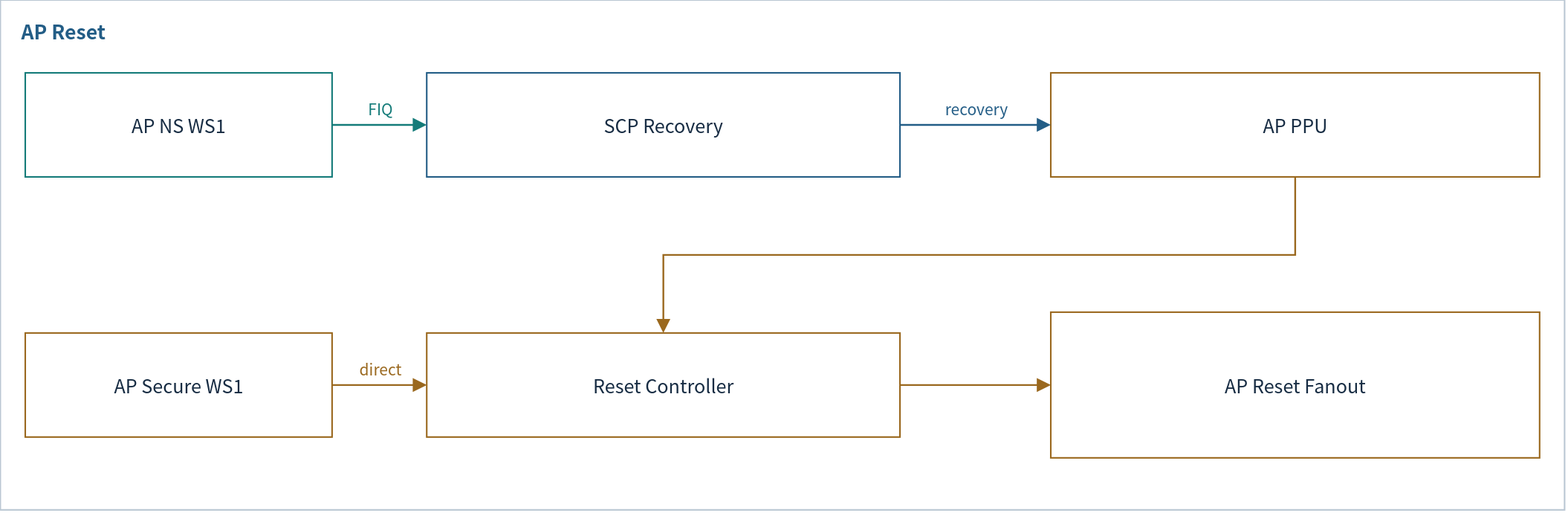
Before: doc/phase1/watchdog/diagrams/06-reset-scope.drawio.svg, a diagram exported from draw.io (cometzero/project-apollo). Source tidied: cells renumbered, new cells last; positions are measured from the earlier drawing's top-left corner, leaving out a move shared by most shapes.
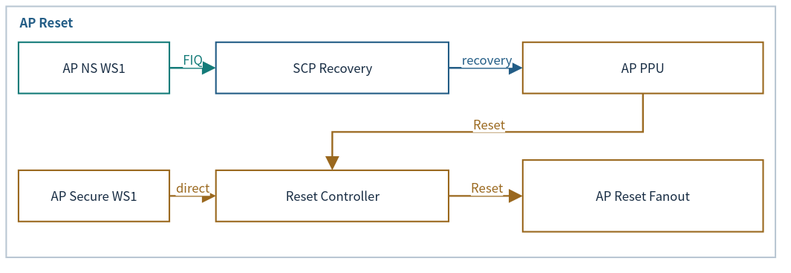
The same diagram one commit later.

The edit, as a diff of the source:
```diff
@@ -2,53 +2,53 @@
   <root>
     <mxCell id="0" />
     <mxCell id="1" parent="0" />
-    <mxCell id="2" style="rounded=0;whiteSpace=wrap;html=1;fillColor=#FFFFFF;strokeWidth=1.5;fontFamily=Noto Sans CJK KR;fontSize=18;spacing=12;fontColor=#172C43;strokeColor=#BAC7D3;" parent="1" vertex="1">
-      <mxGeometry width="1504" height="490" as="geometry" />
+    <mxCell id="2" style="rounded=0;whiteSpace=wrap;html=1;fillColor=#FFFFFF;strokeWidth=1.5;fontFamily=Noto Sans CJK KR;fontColor=#172C43;strokeColor=#BAC7D3;fontSize=12;spacing=3;whiteSpace=wrap;" parent="1" vertex="1">
+      <mxGeometry x="-36" y="-198" width="740" height="241.1" as="geometry" />
     </mxCell>
-    <mxCell id="3" value="AP Reset" style="rounded=0;whiteSpace=wrap;html=1;fillColor=#FFFFFF;strokeWidth=1.5;fontFamily=Noto Sans CJK KR;fontSize=18;spacing=12;fontColor=#172C43;strokeColor=none;fillColor=none;spacing=0;align=left;verticalAlign=middle;fontSize=19;fontColor=#235D86;fontStyle=1;" parent="1" vertex="1">
-      <mxGeometry x="20" y="14" width="1464" height="32" as="geometry" />
+    <mxCell id="3" value="AP Reset" style="rounded=0;whiteSpace=wrap;html=1;fillColor=#FFFFFF;strokeWidth=1.5;fontFamily=Noto Sans CJK KR;fontColor=#172C43;strokeColor=none;fillColor=none;align=left;verticalAlign=middle;fontColor=#235D86;fontStyle=1;fontSize=12;spacing=3;whiteSpace=wrap;" parent="1" vertex="1">
+      <mxGeometry x="-26.2" y="-191.1" width="720.3" height="15.7" as="geometry" />
     </mxCell>
-    <mxCell id="4" value="AP NS WS1" style="rounded=0;whiteSpace=wrap;html=1;fillColor=#FFFFFF;strokeWidth=1.5;fontFamily=Noto Sans CJK KR;fontSize=18;spacing=12;fontColor=#172C43;strokeColor=#147B79;" parent="1" vertex="1">
-      <mxGeometry x="24" y="70" width="295" height="100" as="geometry" />
+    <mxCell id="4" value="AP NS WS1" style="rounded=0;whiteSpace=wrap;html=1;fillColor=#FFFFFF;strokeWidth=1.5;fontFamily=Noto Sans CJK KR;fontColor=#172C43;strokeColor=#147B79;fontSize=12;spacing=3;whiteSpace=wrap;" parent="1" vertex="1">
+      <mxGeometry x="-24.2" y="-163.6" width="145.2" height="49.2" as="geometry" />
     </mxCell>
-    <mxCell id="5" value="SCP Recovery" style="rounded=0;whiteSpace=wrap;html=1;fillColor=#FFFFFF;strokeWidth=1.5;fontFamily=Noto Sans CJK KR;fontSize=18;spacing=12;fontColor=#172C43;strokeColor=#235D86;" parent="1" vertex="1">
-      <mxGeometry x="410" y="70" width="455" height="100" as="geometry" />
+    <mxCell id="5" value="SCP Recovery" style="rounded=0;whiteSpace=wrap;html=1;fillColor=#FFFFFF;strokeWidth=1.5;fontFamily=Noto Sans CJK KR;fontColor=#172C43;strokeColor=#235D86;fontSize=12;spacing=3;whiteSpace=wrap;" parent="1" vertex="1">
+      <mxGeometry x="165.7" y="-163.6" width="223.9" height="49.2" as="geometry" />
     </mxCell>
-    <mxCell id="6" value="AP PPU" style="rounded=0;whiteSpace=wrap;html=1;fillColor=#FFFFFF;strokeWidth=1.5;fontFamily=Noto Sans CJK KR;fontSize=18;spacing=12;fontColor=#172C43;strokeColor=#9A681E;" parent="1" vertex="1">
-      <mxGeometry x="1010" y="70" width="470" height="100" as="geometry" />
+    <mxCell id="6" value="AP PPU" style="rounded=0;whiteSpace=wrap;html=1;fillColor=#FFFFFF;strokeWidth=1.5;fontFamily=Noto Sans CJK KR;fontColor=#172C43;strokeColor=#9A681E;fontSize=12;spacing=3;whiteSpace=wrap;" parent="1" vertex="1">
+      <mxGeometry x="460.9" y="-163.6" width="231.2" height="49.2" as="geometry" />
     </mxCell>
-    <mxCell id="7" value="FIQ" style="html=1;whiteSpace=nowrap;edgeStyle=orthogonalEdgeStyle;rounded=0;endArrow=block;endSize=9;strokeWidth=1.7;strokeColor=#147B79;fontColor=#147B79;fontFamily=Noto Sans CJK KR;fontSize=15;labelBackgroundColor=#FFFFFF;" parent="1" edge="1" source="4" target="5">
+    <mxCell id="7" value="FIQ" style="html=1;edgeStyle=orthogonalEdgeStyle;rounded=0;endArrow=block;endSize=9;strokeWidth=1.7;strokeColor=#147B79;fontColor=#147B79;fontFamily=Noto Sans CJK KR;labelBackgroundColor=#FFFFFF;fontSize=12;spacing=3;whiteSpace=nowrap;" parent="1" edge="1" source="4" target="5">
       <mxGeometry relative="1" as="geometry">
-        <mxPoint y="-16" as="offset" />
+        <mxPoint y="-7.9" as="offset" />
       </mxGeometry>
     </mxCell>
-    <mxCell id="8" value="recovery" style="html=1;whiteSpace=nowrap;edgeStyle=orthogonalEdgeStyle;rounded=0;endArrow=block;endSize=9;strokeWidth=1.7;strokeColor=#235D86;fontColor=#235D86;fontFamily=Noto Sans CJK KR;fontSize=15;labelBackgroundColor=#FFFFFF;" parent="1" edge="1" source="5" target="6">
+    <mxCell id="8" value="recovery" style="html=1;edgeStyle=orthogonalEdgeStyle;rounded=0;endArrow=block;endSize=9;strokeWidth=1.7;strokeColor=#235D86;fontColor=#235D86;fontFamily=Noto Sans CJK KR;labelBackgroundColor=#FFFFFF;fontSize=12;spacing=3;whiteSpace=nowrap;" parent="1" edge="1" source="5" target="6">
       <mxGeometry relative="1" as="geometry">
-        <mxPoint y="-16" as="offset" />
+        <mxPoint y="-7.9" as="offset" />
       </mxGeometry>
     </mxCell>
-    <mxCell id="9" value="AP Secure WS1" style="rounded=0;whiteSpace=wrap;html=1;fillColor=#FFFFFF;strokeWidth=1.5;fontFamily=Noto Sans CJK KR;fontSize=18;spacing=12;fontColor=#172C43;strokeColor=#9A681E;" parent="1" vertex="1">
-      <mxGeometry x="24" y="320" width="295" height="100" as="geometry" />
+    <mxCell id="9" value="AP Secure WS1" style="rounded=0;whiteSpace=wrap;html=1;fillColor=#FFFFFF;strokeWidth=1.5;fontFamily=Noto Sans CJK KR;fontColor=#172C43;strokeColor=#9A681E;fontSize=12;spacing=3;whiteSpace=wrap;" parent="1" vertex="1">
+      <mxGeometry x="-24.2" y="-40.6" width="145.2" height="49.2" as="geometry" />
     </mxCell>
-    <mxCell id="10" value="Reset Controller" style="rounded=0;whiteSpace=wrap;html=1;fillColor=#FFFFFF;strokeWidth=1.5;fontFamily=Noto Sans CJK KR;fontSize=18;spacing=12;fontColor=#172C43;strokeColor=#9A681E;" parent="1" vertex="1">
-      <mxGeometry x="410" y="320" width="455" height="100" as="geometry" />
+    <mxCell id="10" value="Reset Controller" style="rounded=0;whiteSpace=wrap;html=1;fillColor=#FFFFFF;strokeWidth=1.5;fontFamily=Noto Sans CJK KR;fontColor=#172C43;strokeColor=#9A681E;fontSize=12;spacing=3;whiteSpace=wrap;" parent="1" vertex="1">
+      <mxGeometry x="165.7" y="-40.6" width="223.9" height="49.2" as="geometry" />
     </mxCell>
-    <mxCell id="11" value="AP Reset Fanout" style="rounded=0;whiteSpace=wrap;html=1;fillColor=#FFFFFF;strokeWidth=1.5;fontFamily=Noto Sans CJK KR;fontSize=18;spacing=12;fontColor=#172C43;strokeColor=#9A681E;" parent="1" vertex="1">
-      <mxGeometry x="1010" y="300" width="470" height="140" as="geometry" />
+    <mxCell id="11" value="AP Reset Fanout" style="rounded=0;whiteSpace=wrap;html=1;fillColor=#FFFFFF;strokeWidth=1.5;fontFamily=Noto Sans CJK KR;fontColor=#172C43;strokeColor=#9A681E;fontSize=12;spacing=3;whiteSpace=wrap;" parent="1" vertex="1">
+      <mxGeometry x="460.9" y="-50.4" width="231.2" height="68.9" as="geometry" />
     </mxCell>
-    <mxCell id="12" value="direct" style="html=1;whiteSpace=nowrap;edgeStyle=orthogonalEdgeStyle;rounded=0;endArrow=block;endSize=9;strokeWidth=1.7;strokeColor=#9A681E;fontColor=#9A681E;fontFamily=Noto Sans CJK KR;fontSize=15;labelBackgroundColor=#FFFFFF;" parent="1" edge="1" source="9" target="10">
+    <mxCell id="12" value="direct" style="html=1;edgeStyle=orthogonalEdgeStyle;rounded=0;endArrow=block;endSize=9;strokeWidth=1.7;strokeColor=#9A681E;fontColor=#9A681E;fontFamily=Noto Sans CJK KR;labelBackgroundColor=#FFFFFF;fontSize=12;spacing=3;whiteSpace=nowrap;" parent="1" edge="1" source="9" target="10">
       <mxGeometry relative="1" as="geometry">
-        <mxPoint y="-16" as="offset" />
+        <mxPoint y="-7.9" as="offset" />
       </mxGeometry>
     </mxCell>
-    <mxCell id="13" style="html=1;whiteSpace=nowrap;edgeStyle=orthogonalEdgeStyle;rounded=0;endArrow=block;endSize=9;strokeWidth=1.7;strokeColor=#9A681E;fontColor=#9A681E;fontFamily=Noto Sans CJK KR;fontSize=15;labelBackgroundColor=#FFFFFF;exitX=0.5;exitY=1;entryX=0.5;entryY=0;" parent="1" edge="1" source="6" target="10">
+    <mxCell id="13" value="Reset" style="html=1;edgeStyle=orthogonalEdgeStyle;rounded=0;endArrow=block;endSize=9;strokeWidth=1.7;strokeColor=#9A681E;fontColor=#9A681E;fontFamily=Noto Sans CJK KR;labelBackgroundColor=#FFFFFF;exitX=0.5;exitY=1;entryX=0.5;entryY=0;fontSize=12;spacing=3;whiteSpace=nowrap;" parent="1" edge="1" source="6" target="10">
       <mxGeometry relative="1" as="geometry">
-        <mxPoint y="-16" as="offset" />
+        <mxPoint y="-7.9" as="offset" />
       </mxGeometry>
     </mxCell>
-    <mxCell id="14" style="html=1;whiteSpace=nowrap;edgeStyle=orthogonalEdgeStyle;rounded=0;endArrow=block;endSize=9;strokeWidth=1.7;strokeColor=#9A681E;fontColor=#9A681E;fontFamily=Noto Sans CJK KR;fontSize=15;labelBackgroundColor=#FFFFFF;" parent="1" edge="1" source="10" target="11">
+    <mxCell id="14" value="Reset" style="html=1;edgeStyle=orthogonalEdgeStyle;rounded=0;endArrow=block;endSize=9;strokeWidth=1.7;strokeColor=#9A681E;fontColor=#9A681E;fontFamily=Noto Sans CJK KR;labelBackgroundColor=#FFFFFF;fontSize=12;spacing=3;whiteSpace=nowrap;" parent="1" edge="1" source="10" target="11">
       <mxGeometry relative="1" as="geometry">
-        <mxPoint y="-16" as="offset" />
+        <mxPoint y="-7.9" as="offset" />
       </mxGeometry>
     </mxCell>
   </root>
```
